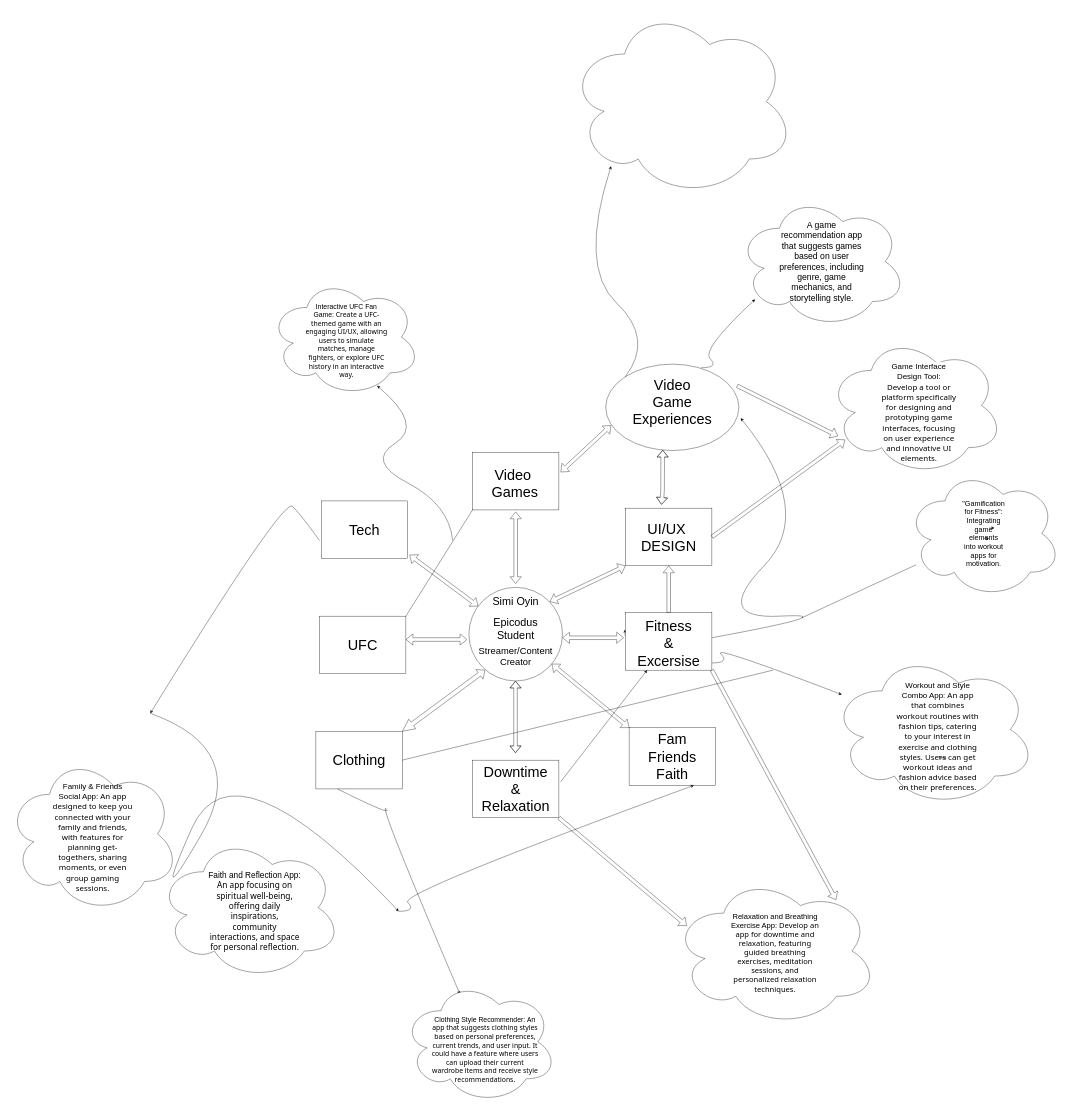
This is Untitled Diagram.drawio from simioyin222/CapstoneProjectIdeaBoard, a draw.io file, before an edit. Source tidied: cells renumbered, new cells numbered last; positions are measured from the earlier drawing's top-left corner, leaving out a move shared by most shapes. Both pictures are drawn from the tidied source at 36%, with x=0, y=0 at pixel (6, 6).
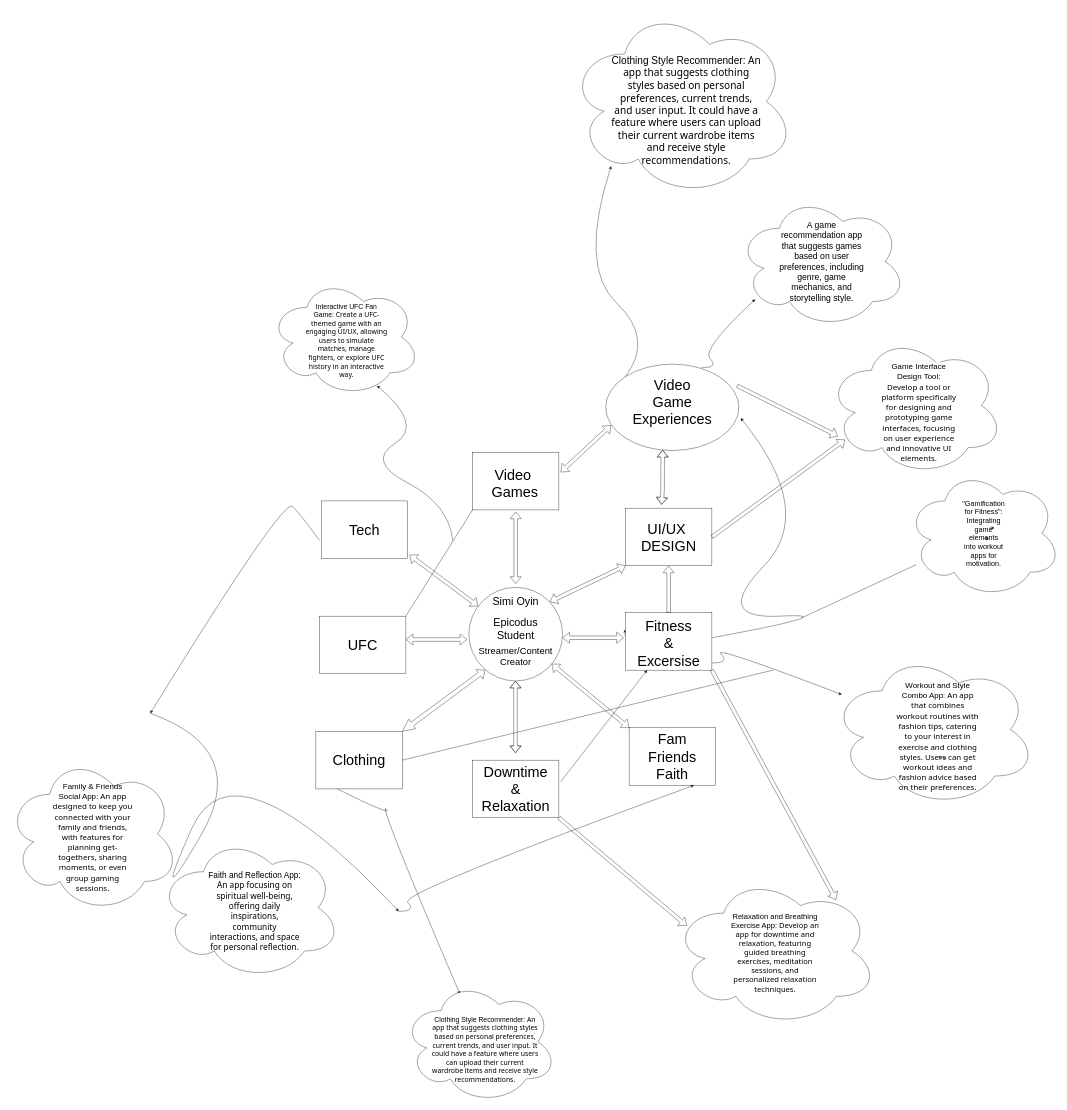
The same page after the edit.

Diff of the diagram source:
```diff
@@
+    <mxCell id="75" value="Clothing Style Recommender:&lt;span style=&quot;font-family: Söhne, ui-sans-serif, system-ui, -apple-system, &amp;quot;Segoe UI&amp;quot;, Roboto, Ubuntu, Cantarell, &amp;quot;Noto Sans&amp;quot;, sans-serif, &amp;quot;Helvetica Neue&amp;quot;, Arial, &amp;quot;Apple Color Emoji&amp;quot;, &amp;quot;Segoe UI Emoji&amp;quot;, &amp;quot;Segoe UI Symbol&amp;quot;, &amp;quot;Noto Color Emoji&amp;quot;; font-size: 28px; text-align: left;&quot;&gt; An app that suggests clothing styles based on personal preferences, current trends, and user input. It could have a feature where users can upload their current wardrobe items and receive style recommendations.&lt;/span&gt;" style="text;html=1;strokeColor=none;fillColor=none;align=center;verticalAlign=middle;whiteSpace=wrap;rounded=0;fontSize=28;" parent="1" vertex="1">
+      <mxGeometry x="1680" y="274" width="417.5" height="30" as="geometry" />
+    </mxCell>
```
